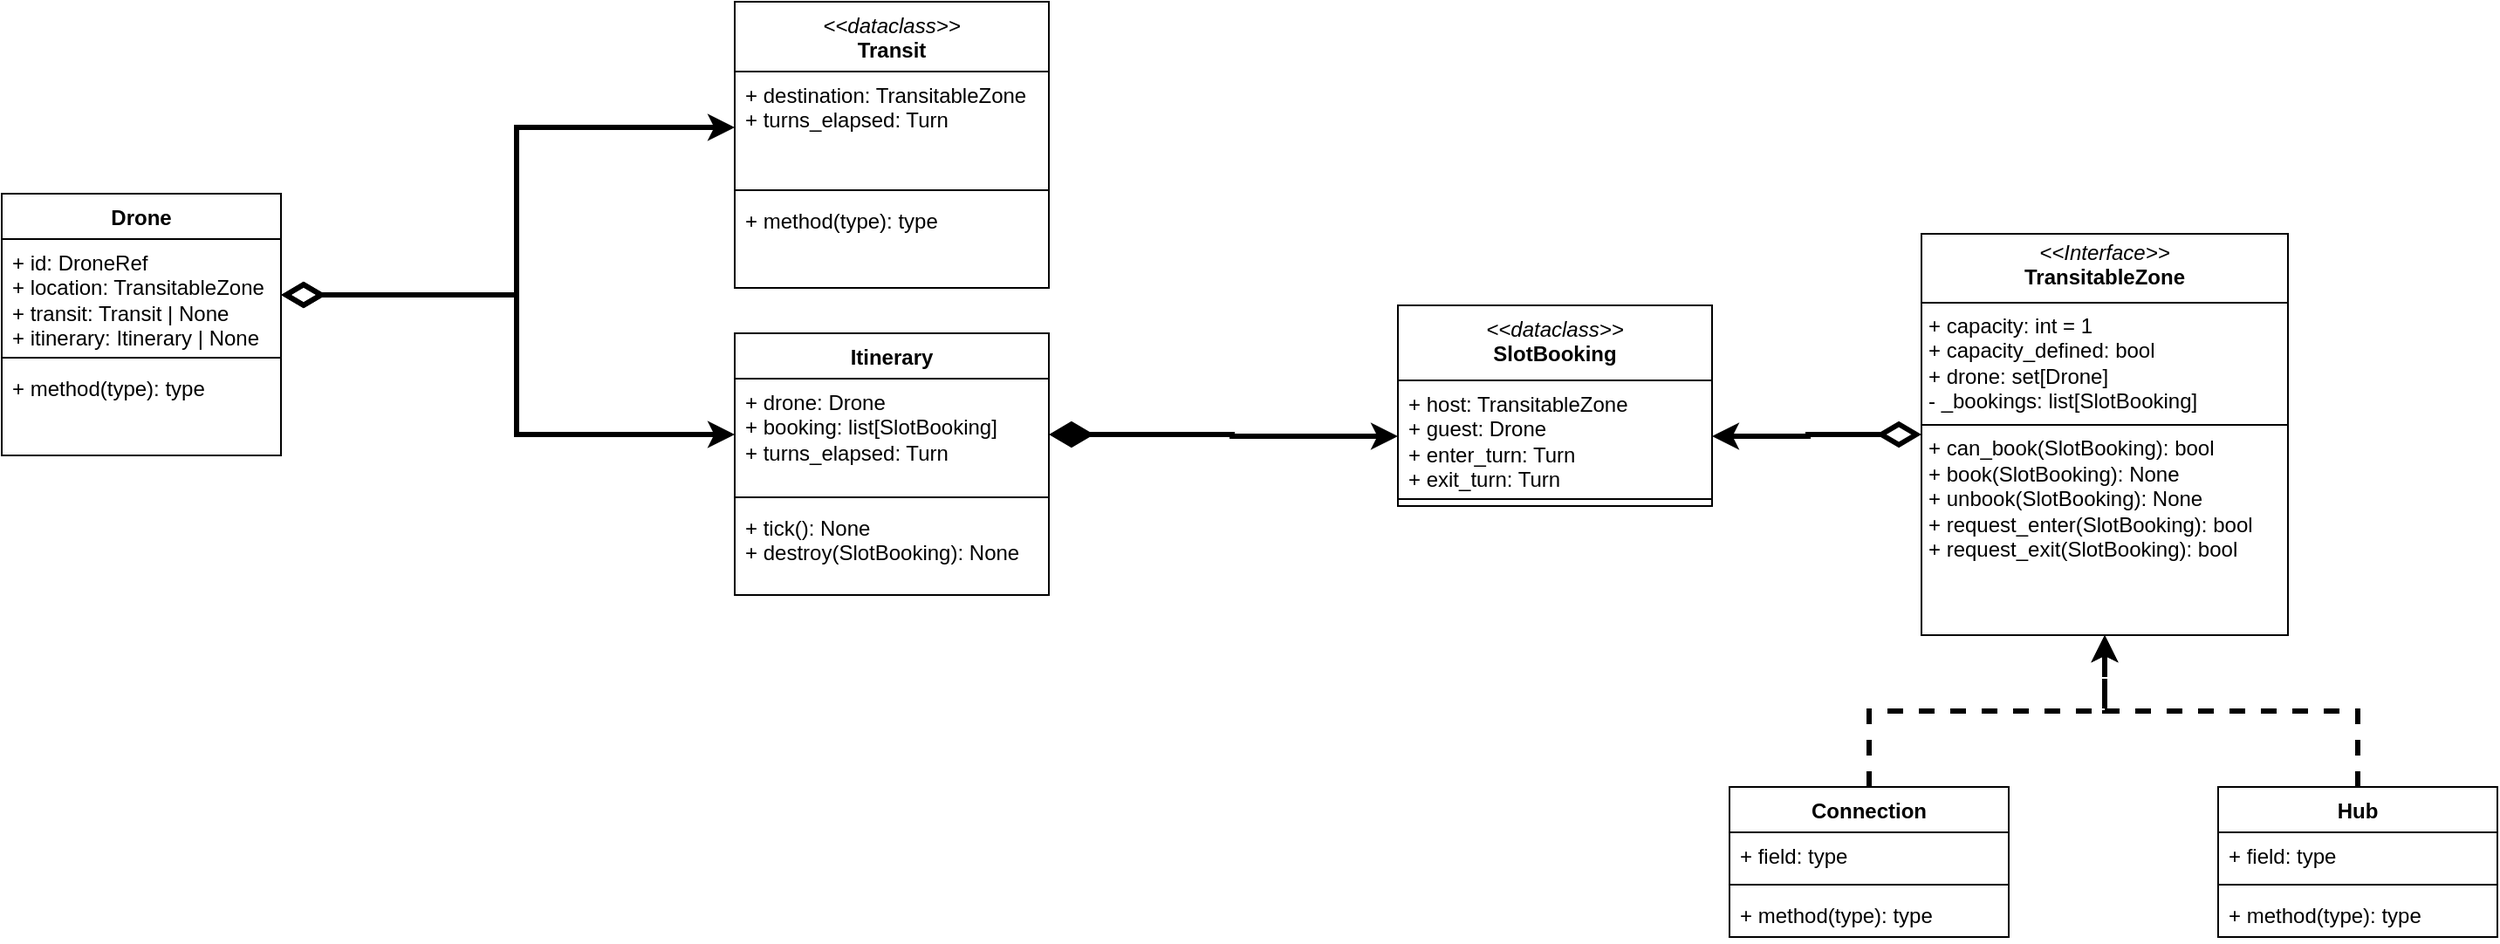
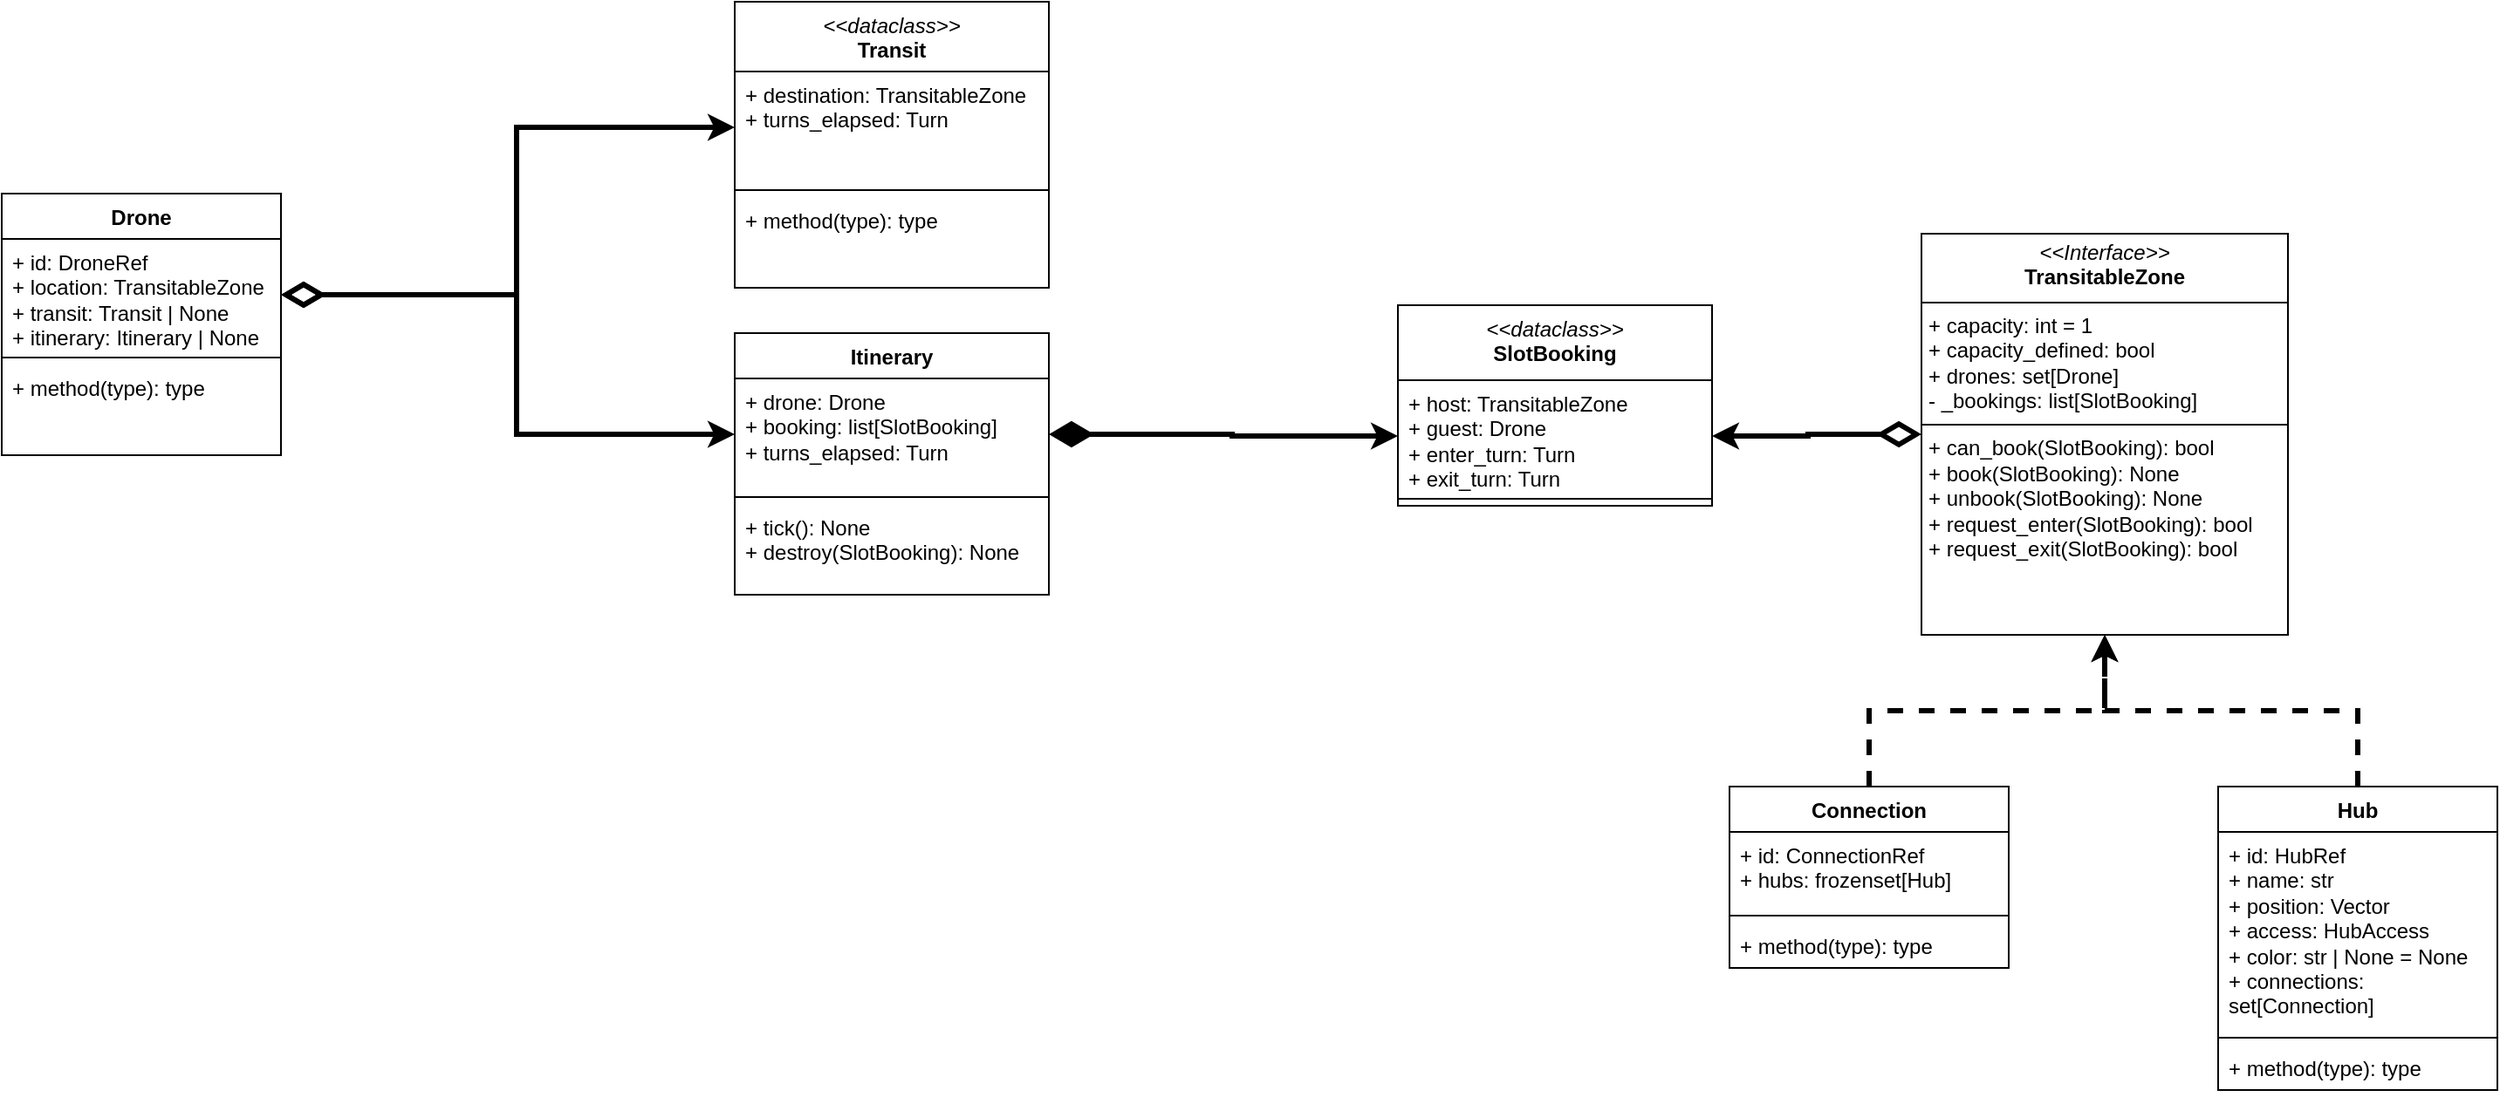
<mxfile host="app.diagrams.net">
  <diagram name="Page-1" id="z7Cr17KNlihJJ8mCPd__">
-     <mxGraphModel dx="1627" dy="1640" grid="1" gridSize="10" guides="1" tooltips="1" connect="1" arrows="1" fold="1" page="1" pageScale="1" pageWidth="827" pageHeight="1169" math="0" shadow="0">
+     <mxGraphModel dx="2303" dy="2001" grid="1" gridSize="10" guides="1" tooltips="1" connect="1" arrows="1" fold="1" page="1" pageScale="1" pageWidth="827" pageHeight="1169" math="0" shadow="0">
      <root>
        <mxCell id="0" />
        <mxCell id="1" parent="0" />
        <mxCell id="hAnFd--Q5GdoZmSF0d52-67" parent="1" style="swimlane;fontStyle=1;align=center;verticalAlign=top;childLayout=stackLayout;horizontal=1;startSize=26;horizontalStack=0;resizeParent=1;resizeParentMax=0;resizeLast=0;collapsible=1;marginBottom=0;whiteSpace=wrap;html=1;" value="Drone" vertex="1">
          <mxGeometry height="150" width="160" x="-640" y="-180" as="geometry" />
        </mxCell>
        <mxCell id="hAnFd--Q5GdoZmSF0d52-68" parent="hAnFd--Q5GdoZmSF0d52-67" style="text;strokeColor=none;fillColor=none;align=left;verticalAlign=top;spacingLeft=4;spacingRight=4;overflow=hidden;rotatable=0;points=[[0,0.5],[1,0.5]];portConstraint=eastwest;whiteSpace=wrap;html=1;" value="+ id: DroneRef&lt;div&gt;+ location: TransitableZone&lt;/div&gt;&lt;div&gt;+ transit: Transit | None&lt;/div&gt;&lt;div&gt;+ itinerary: Itinerary | None&amp;nbsp;&lt;br&gt;&lt;/div&gt;" vertex="1">
          <mxGeometry height="64" width="160" y="26" as="geometry" />
        </mxCell>
        <mxCell id="hAnFd--Q5GdoZmSF0d52-69" parent="hAnFd--Q5GdoZmSF0d52-67" style="line;strokeWidth=1;fillColor=none;align=left;verticalAlign=middle;spacingTop=-1;spacingLeft=3;spacingRight=3;rotatable=0;labelPosition=right;points=[];portConstraint=eastwest;strokeColor=inherit;" value="" vertex="1">
          <mxGeometry height="8" width="160" y="90" as="geometry" />
        </mxCell>
        <mxCell id="hAnFd--Q5GdoZmSF0d52-70" parent="hAnFd--Q5GdoZmSF0d52-67" style="text;strokeColor=none;fillColor=none;align=left;verticalAlign=top;spacingLeft=4;spacingRight=4;overflow=hidden;rotatable=0;points=[[0,0.5],[1,0.5]];portConstraint=eastwest;whiteSpace=wrap;html=1;" value="+ method(type): type" vertex="1">
          <mxGeometry height="52" width="160" y="98" as="geometry" />
        </mxCell>
        <mxCell id="hAnFd--Q5GdoZmSF0d52-71" parent="1" style="swimlane;fontStyle=1;align=center;verticalAlign=top;childLayout=stackLayout;horizontal=1;startSize=26;horizontalStack=0;resizeParent=1;resizeParentMax=0;resizeLast=0;collapsible=1;marginBottom=0;whiteSpace=wrap;html=1;" value="Connection" vertex="1">
-           <mxGeometry height="86" width="160" x="350" y="160" as="geometry" />
+           <mxGeometry height="104" width="160" x="350" y="160" as="geometry" />
        </mxCell>
-         <mxCell id="hAnFd--Q5GdoZmSF0d52-72" parent="hAnFd--Q5GdoZmSF0d52-71" style="text;strokeColor=none;fillColor=none;align=left;verticalAlign=top;spacingLeft=4;spacingRight=4;overflow=hidden;rotatable=0;points=[[0,0.5],[1,0.5]];portConstraint=eastwest;whiteSpace=wrap;html=1;" value="+ field: type" vertex="1">
-           <mxGeometry height="26" width="160" y="26" as="geometry" />
+         <mxCell id="hAnFd--Q5GdoZmSF0d52-72" parent="hAnFd--Q5GdoZmSF0d52-71" style="text;strokeColor=none;fillColor=none;align=left;verticalAlign=top;spacingLeft=4;spacingRight=4;overflow=hidden;rotatable=0;points=[[0,0.5],[1,0.5]];portConstraint=eastwest;whiteSpace=wrap;html=1;" value="+&amp;nbsp;&lt;span style=&quot;background-color: transparent;&quot;&gt;id: ConnectionRef&lt;/span&gt;&lt;div&gt;&lt;span style=&quot;background-color: transparent; color: light-dark(rgb(0, 0, 0), rgb(255, 255, 255));&quot;&gt;+ hubs: frozenset[Hub]&lt;/span&gt;&lt;/div&gt;" vertex="1">
+           <mxGeometry height="44" width="160" y="26" as="geometry" />
        </mxCell>
        <mxCell id="hAnFd--Q5GdoZmSF0d52-73" parent="hAnFd--Q5GdoZmSF0d52-71" style="line;strokeWidth=1;fillColor=none;align=left;verticalAlign=middle;spacingTop=-1;spacingLeft=3;spacingRight=3;rotatable=0;labelPosition=right;points=[];portConstraint=eastwest;strokeColor=inherit;" value="" vertex="1">
-           <mxGeometry height="8" width="160" y="52" as="geometry" />
+           <mxGeometry height="8" width="160" y="70" as="geometry" />
        </mxCell>
        <mxCell id="hAnFd--Q5GdoZmSF0d52-74" parent="hAnFd--Q5GdoZmSF0d52-71" style="text;strokeColor=none;fillColor=none;align=left;verticalAlign=top;spacingLeft=4;spacingRight=4;overflow=hidden;rotatable=0;points=[[0,0.5],[1,0.5]];portConstraint=eastwest;whiteSpace=wrap;html=1;" value="+ method(type): type" vertex="1">
-           <mxGeometry height="26" width="160" y="60" as="geometry" />
+           <mxGeometry height="26" width="160" y="78" as="geometry" />
        </mxCell>
        <mxCell id="hAnFd--Q5GdoZmSF0d52-75" parent="1" style="swimlane;fontStyle=1;align=center;verticalAlign=top;childLayout=stackLayout;horizontal=1;startSize=26;horizontalStack=0;resizeParent=1;resizeParentMax=0;resizeLast=0;collapsible=1;marginBottom=0;whiteSpace=wrap;html=1;" value="Hub" vertex="1">
-           <mxGeometry height="86" width="160" x="630" y="160" as="geometry" />
+           <mxGeometry height="174" width="160" x="630" y="160" as="geometry" />
        </mxCell>
-         <mxCell id="hAnFd--Q5GdoZmSF0d52-76" parent="hAnFd--Q5GdoZmSF0d52-75" style="text;strokeColor=none;fillColor=none;align=left;verticalAlign=top;spacingLeft=4;spacingRight=4;overflow=hidden;rotatable=0;points=[[0,0.5],[1,0.5]];portConstraint=eastwest;whiteSpace=wrap;html=1;" value="+ field: type" vertex="1">
-           <mxGeometry height="26" width="160" y="26" as="geometry" />
+         <mxCell id="hAnFd--Q5GdoZmSF0d52-76" parent="hAnFd--Q5GdoZmSF0d52-75" style="text;strokeColor=none;fillColor=none;align=left;verticalAlign=top;spacingLeft=4;spacingRight=4;overflow=hidden;rotatable=0;points=[[0,0.5],[1,0.5]];portConstraint=eastwest;whiteSpace=wrap;html=1;" value="+&amp;nbsp;&lt;span style=&quot;background-color: transparent;&quot;&gt;id: HubRef&lt;/span&gt;&lt;div&gt;+ name: str&lt;/div&gt;&lt;div&gt;+ position: Vector&lt;/div&gt;&lt;div&gt;+ access: HubAccess&lt;/div&gt;&lt;div&gt;+ color: str | None = None&lt;/div&gt;&lt;div&gt;+ connections: set[Connection]&lt;/div&gt;" vertex="1">
+           <mxGeometry height="114" width="160" y="26" as="geometry" />
        </mxCell>
        <mxCell id="hAnFd--Q5GdoZmSF0d52-77" parent="hAnFd--Q5GdoZmSF0d52-75" style="line;strokeWidth=1;fillColor=none;align=left;verticalAlign=middle;spacingTop=-1;spacingLeft=3;spacingRight=3;rotatable=0;labelPosition=right;points=[];portConstraint=eastwest;strokeColor=inherit;" value="" vertex="1">
-           <mxGeometry height="8" width="160" y="52" as="geometry" />
+           <mxGeometry height="8" width="160" y="140" as="geometry" />
        </mxCell>
        <mxCell id="hAnFd--Q5GdoZmSF0d52-78" parent="hAnFd--Q5GdoZmSF0d52-75" style="text;strokeColor=none;fillColor=none;align=left;verticalAlign=top;spacingLeft=4;spacingRight=4;overflow=hidden;rotatable=0;points=[[0,0.5],[1,0.5]];portConstraint=eastwest;whiteSpace=wrap;html=1;" value="+ method(type): type" vertex="1">
-           <mxGeometry height="26" width="160" y="60" as="geometry" />
+           <mxGeometry height="26" width="160" y="148" as="geometry" />
        </mxCell>
        <mxCell id="hAnFd--Q5GdoZmSF0d52-79" parent="1" style="swimlane;fontStyle=1;align=center;verticalAlign=top;childLayout=stackLayout;horizontal=1;startSize=40;horizontalStack=0;resizeParent=1;resizeParentMax=0;resizeLast=0;collapsible=1;marginBottom=0;whiteSpace=wrap;html=1;" value="&lt;div&gt;&lt;div&gt;&lt;i style=&quot;font-weight: 400;&quot;&gt;&amp;lt;&amp;lt;dataclass&amp;gt;&amp;gt;&lt;/i&gt;&lt;/div&gt;&lt;/div&gt;Transit" vertex="1">
          <mxGeometry height="164" width="180" x="-220" y="-290" as="geometry" />
        </mxCell>
        <mxCell id="hAnFd--Q5GdoZmSF0d52-80" parent="hAnFd--Q5GdoZmSF0d52-79" style="text;strokeColor=none;fillColor=none;align=left;verticalAlign=top;spacingLeft=4;spacingRight=4;overflow=hidden;rotatable=0;points=[[0,0.5],[1,0.5]];portConstraint=eastwest;whiteSpace=wrap;html=1;" value="+ destination: TransitableZone&lt;div&gt;+ turns_elapsed: Turn&lt;/div&gt;&lt;div&gt;&lt;br&gt;&lt;/div&gt;" vertex="1">
          <mxGeometry height="64" width="180" y="40" as="geometry" />
        </mxCell>
        <mxCell id="hAnFd--Q5GdoZmSF0d52-81" parent="hAnFd--Q5GdoZmSF0d52-79" style="line;strokeWidth=1;fillColor=none;align=left;verticalAlign=middle;spacingTop=-1;spacingLeft=3;spacingRight=3;rotatable=0;labelPosition=right;points=[];portConstraint=eastwest;strokeColor=inherit;" value="" vertex="1">
          <mxGeometry height="8" width="180" y="104" as="geometry" />
        </mxCell>
        <mxCell id="hAnFd--Q5GdoZmSF0d52-82" parent="hAnFd--Q5GdoZmSF0d52-79" style="text;strokeColor=none;fillColor=none;align=left;verticalAlign=top;spacingLeft=4;spacingRight=4;overflow=hidden;rotatable=0;points=[[0,0.5],[1,0.5]];portConstraint=eastwest;whiteSpace=wrap;html=1;" value="+ method(type): type" vertex="1">
          <mxGeometry height="52" width="180" y="112" as="geometry" />
        </mxCell>
        <mxCell id="hAnFd--Q5GdoZmSF0d52-85" parent="1" style="swimlane;fontStyle=1;align=center;verticalAlign=top;childLayout=stackLayout;horizontal=1;startSize=26;horizontalStack=0;resizeParent=1;resizeParentMax=0;resizeLast=0;collapsible=1;marginBottom=0;whiteSpace=wrap;html=1;" value="Itinerary" vertex="1">
          <mxGeometry height="150" width="180" x="-220" y="-100" as="geometry" />
        </mxCell>
        <mxCell id="hAnFd--Q5GdoZmSF0d52-86" parent="hAnFd--Q5GdoZmSF0d52-85" style="text;strokeColor=none;fillColor=none;align=left;verticalAlign=top;spacingLeft=4;spacingRight=4;overflow=hidden;rotatable=0;points=[[0,0.5],[1,0.5]];portConstraint=eastwest;whiteSpace=wrap;html=1;" value="&lt;div&gt;+ drone: Drone&lt;/div&gt;+ booking: list[SlotBooking]&lt;div&gt;+ turns_elapsed: Turn&lt;/div&gt;&lt;div&gt;&lt;br&gt;&lt;/div&gt;" vertex="1">
          <mxGeometry height="64" width="180" y="26" as="geometry" />
        </mxCell>
        <mxCell id="hAnFd--Q5GdoZmSF0d52-87" parent="hAnFd--Q5GdoZmSF0d52-85" style="line;strokeWidth=1;fillColor=none;align=left;verticalAlign=middle;spacingTop=-1;spacingLeft=3;spacingRight=3;rotatable=0;labelPosition=right;points=[];portConstraint=eastwest;strokeColor=inherit;" value="" vertex="1">
          <mxGeometry height="8" width="180" y="90" as="geometry" />
        </mxCell>
        <mxCell id="hAnFd--Q5GdoZmSF0d52-88" parent="hAnFd--Q5GdoZmSF0d52-85" style="text;strokeColor=none;fillColor=none;align=left;verticalAlign=top;spacingLeft=4;spacingRight=4;overflow=hidden;rotatable=0;points=[[0,0.5],[1,0.5]];portConstraint=eastwest;whiteSpace=wrap;html=1;" value="&lt;div&gt;+ tick(): None&lt;/div&gt;+ destroy(SlotBooking): None" vertex="1">
          <mxGeometry height="52" width="180" y="98" as="geometry" />
        </mxCell>
-         <mxCell id="hAnFd--Q5GdoZmSF0d52-91" parent="1" style="verticalAlign=top;align=left;overflow=fill;html=1;whiteSpace=wrap;" value="&lt;p style=&quot;margin:0px;margin-top:4px;text-align:center;&quot;&gt;&lt;i&gt;&amp;lt;&amp;lt;Interface&amp;gt;&amp;gt;&lt;/i&gt;&lt;br&gt;&lt;b&gt;TransitableZone&lt;/b&gt;&lt;/p&gt;&lt;hr size=&quot;1&quot; style=&quot;border-style:solid;&quot;&gt;&lt;p style=&quot;margin:0px;margin-left:4px;&quot;&gt;&lt;span style=&quot;background-color: transparent; color: light-dark(rgb(0, 0, 0), rgb(255, 255, 255));&quot;&gt;+ capacity: int = 1&lt;/span&gt;&lt;/p&gt;&lt;p style=&quot;margin:0px;margin-left:4px;&quot;&gt;+ capacity_defined: bool&lt;br&gt;+ drone: set[Drone]&lt;/p&gt;&lt;p style=&quot;margin:0px;margin-left:4px;&quot;&gt;- _bookings: list[SlotBooking]&lt;/p&gt;&lt;hr size=&quot;1&quot; style=&quot;border-style:solid;&quot;&gt;&lt;p style=&quot;margin:0px;margin-left:4px;&quot;&gt;+ can_book(SlotBooking): bool&lt;/p&gt;&lt;p style=&quot;margin:0px;margin-left:4px;&quot;&gt;+ book(SlotBooking): None&lt;/p&gt;&lt;p style=&quot;margin:0px;margin-left:4px;&quot;&gt;+ unbook(SlotBooking): None&lt;/p&gt;&lt;p style=&quot;margin:0px;margin-left:4px;&quot;&gt;+ request_enter(SlotBooking): bool&lt;br&gt;&lt;/p&gt;&lt;p style=&quot;margin:0px;margin-left:4px;&quot;&gt;+ request_exit(SlotBooking): bool&lt;/p&gt;" vertex="1">
+         <mxCell id="hAnFd--Q5GdoZmSF0d52-91" parent="1" style="verticalAlign=top;align=left;overflow=fill;html=1;whiteSpace=wrap;" value="&lt;p style=&quot;margin:0px;margin-top:4px;text-align:center;&quot;&gt;&lt;i&gt;&amp;lt;&amp;lt;Interface&amp;gt;&amp;gt;&lt;/i&gt;&lt;br&gt;&lt;b&gt;TransitableZone&lt;/b&gt;&lt;/p&gt;&lt;hr size=&quot;1&quot; style=&quot;border-style:solid;&quot;&gt;&lt;p style=&quot;margin:0px;margin-left:4px;&quot;&gt;&lt;span style=&quot;background-color: transparent; color: light-dark(rgb(0, 0, 0), rgb(255, 255, 255));&quot;&gt;+ capacity: int = 1&lt;/span&gt;&lt;/p&gt;&lt;p style=&quot;margin:0px;margin-left:4px;&quot;&gt;+ capacity_defined: bool&lt;br&gt;+ drones: set[Drone]&lt;/p&gt;&lt;p style=&quot;margin:0px;margin-left:4px;&quot;&gt;- _bookings: list[SlotBooking]&lt;/p&gt;&lt;hr size=&quot;1&quot; style=&quot;border-style:solid;&quot;&gt;&lt;p style=&quot;margin:0px;margin-left:4px;&quot;&gt;+ can_book(SlotBooking): bool&lt;/p&gt;&lt;p style=&quot;margin:0px;margin-left:4px;&quot;&gt;+ book(SlotBooking): None&lt;/p&gt;&lt;p style=&quot;margin:0px;margin-left:4px;&quot;&gt;+ unbook(SlotBooking): None&lt;/p&gt;&lt;p style=&quot;margin:0px;margin-left:4px;&quot;&gt;+ request_enter(SlotBooking): bool&lt;br&gt;&lt;/p&gt;&lt;p style=&quot;margin:0px;margin-left:4px;&quot;&gt;+ request_exit(SlotBooking): bool&lt;/p&gt;" vertex="1">
          <mxGeometry height="230" width="210" x="460" y="-157" as="geometry" />
        </mxCell>
        <mxCell id="hAnFd--Q5GdoZmSF0d52-94" edge="1" parent="1" source="hAnFd--Q5GdoZmSF0d52-68" style="edgeStyle=orthogonalEdgeStyle;rounded=0;orthogonalLoop=1;jettySize=auto;html=1;entryX=0;entryY=0.5;entryDx=0;entryDy=0;exitX=1;exitY=0.5;exitDx=0;exitDy=0;startArrow=diamondThin;startFill=0;startSize=17;strokeWidth=3;" target="hAnFd--Q5GdoZmSF0d52-80">
          <mxGeometry relative="1" as="geometry">
            <mxPoint x="-460" y="-130" as="sourcePoint" />
            <mxPoint x="-200" y="-50" as="targetPoint" />
          </mxGeometry>
        </mxCell>
        <mxCell id="hAnFd--Q5GdoZmSF0d52-96" edge="1" parent="1" source="hAnFd--Q5GdoZmSF0d52-68" style="edgeStyle=orthogonalEdgeStyle;rounded=0;orthogonalLoop=1;jettySize=auto;html=1;entryX=0;entryY=0.5;entryDx=0;entryDy=0;startArrow=diamondThin;startFill=0;startSize=17;strokeWidth=3;exitX=1;exitY=0.5;exitDx=0;exitDy=0;" target="hAnFd--Q5GdoZmSF0d52-86">
          <mxGeometry relative="1" as="geometry">
            <mxPoint x="-480" y="-120" as="sourcePoint" />
            <mxPoint x="-210" y="-212" as="targetPoint" />
          </mxGeometry>
        </mxCell>
        <mxCell id="hAnFd--Q5GdoZmSF0d52-97" edge="1" parent="1" source="hAnFd--Q5GdoZmSF0d52-71" style="edgeStyle=orthogonalEdgeStyle;rounded=0;orthogonalLoop=1;jettySize=auto;html=1;entryX=0.5;entryY=1;entryDx=0;entryDy=0;startArrow=none;startFill=0;startSize=17;strokeWidth=3;exitX=0.5;exitY=0;exitDx=0;exitDy=0;curved=0;dashed=1;" target="hAnFd--Q5GdoZmSF0d52-91">
          <mxGeometry relative="1" as="geometry">
            <mxPoint x="560" y="350" as="sourcePoint" />
            <mxPoint x="820" y="430" as="targetPoint" />
          </mxGeometry>
        </mxCell>
        <mxCell id="hAnFd--Q5GdoZmSF0d52-98" edge="1" parent="1" source="hAnFd--Q5GdoZmSF0d52-75" style="edgeStyle=orthogonalEdgeStyle;rounded=0;orthogonalLoop=1;jettySize=auto;html=1;entryX=0.5;entryY=1;entryDx=0;entryDy=0;startArrow=none;startFill=0;startSize=17;strokeWidth=3;exitX=0.5;exitY=0;exitDx=0;exitDy=0;curved=0;dashed=1;" target="hAnFd--Q5GdoZmSF0d52-91">
          <mxGeometry relative="1" as="geometry">
            <mxPoint x="440" y="170" as="sourcePoint" />
            <mxPoint x="565" y="100" as="targetPoint" />
          </mxGeometry>
        </mxCell>
        <mxCell id="hAnFd--Q5GdoZmSF0d52-99" parent="1" style="swimlane;fontStyle=1;align=center;verticalAlign=top;childLayout=stackLayout;horizontal=1;startSize=43;horizontalStack=0;resizeParent=1;resizeParentMax=0;resizeLast=0;collapsible=1;marginBottom=0;whiteSpace=wrap;html=1;" value="&lt;div&gt;&lt;i style=&quot;font-weight: 400;&quot;&gt;&amp;lt;&amp;lt;dataclass&amp;gt;&amp;gt;&lt;/i&gt;&lt;/div&gt;SlotBooking" vertex="1">
          <mxGeometry height="115" width="180" x="160" y="-116" as="geometry" />
        </mxCell>
        <mxCell id="hAnFd--Q5GdoZmSF0d52-100" parent="hAnFd--Q5GdoZmSF0d52-99" style="text;strokeColor=none;fillColor=none;align=left;verticalAlign=top;spacingLeft=4;spacingRight=4;overflow=hidden;rotatable=0;points=[[0,0.5],[1,0.5]];portConstraint=eastwest;whiteSpace=wrap;html=1;" value="&lt;div&gt;+ host: TransitableZone&lt;/div&gt;&lt;div&gt;+ guest: Drone&lt;/div&gt;&lt;div&gt;&lt;span style=&quot;background-color: transparent; color: light-dark(rgb(0, 0, 0), rgb(255, 255, 255));&quot;&gt;+ enter_turn: Turn&lt;/span&gt;&lt;/div&gt;&lt;div&gt;+ exit_turn: Turn&lt;br&gt;&lt;div&gt;&lt;br&gt;&lt;/div&gt;&lt;/div&gt;" vertex="1">
          <mxGeometry height="64" width="180" y="43" as="geometry" />
        </mxCell>
        <mxCell id="hAnFd--Q5GdoZmSF0d52-101" parent="hAnFd--Q5GdoZmSF0d52-99" style="line;strokeWidth=1;fillColor=none;align=left;verticalAlign=middle;spacingTop=-1;spacingLeft=3;spacingRight=3;rotatable=0;labelPosition=right;points=[];portConstraint=eastwest;strokeColor=inherit;" value="" vertex="1">
          <mxGeometry height="8" width="180" y="107" as="geometry" />
        </mxCell>
        <mxCell id="hAnFd--Q5GdoZmSF0d52-103" edge="1" parent="1" source="hAnFd--Q5GdoZmSF0d52-86" style="edgeStyle=orthogonalEdgeStyle;rounded=0;orthogonalLoop=1;jettySize=auto;html=1;entryX=0;entryY=0.5;entryDx=0;entryDy=0;startArrow=diamondThin;startFill=1;startSize=17;strokeWidth=3;exitX=1;exitY=0.5;exitDx=0;exitDy=0;" target="hAnFd--Q5GdoZmSF0d52-100">
          <mxGeometry relative="1" as="geometry">
            <mxPoint x="60" y="-200" as="sourcePoint" />
            <mxPoint x="120" y="230" as="targetPoint" />
          </mxGeometry>
        </mxCell>
        <mxCell id="hAnFd--Q5GdoZmSF0d52-105" edge="1" parent="1" source="hAnFd--Q5GdoZmSF0d52-91" style="edgeStyle=orthogonalEdgeStyle;rounded=0;orthogonalLoop=1;jettySize=auto;html=1;entryX=1;entryY=0.5;entryDx=0;entryDy=0;startArrow=diamondThin;startFill=0;startSize=17;strokeWidth=3;exitX=0;exitY=0.5;exitDx=0;exitDy=0;" target="hAnFd--Q5GdoZmSF0d52-100">
          <mxGeometry relative="1" as="geometry">
            <mxPoint x="70" y="130" as="sourcePoint" />
            <mxPoint x="270" y="130" as="targetPoint" />
          </mxGeometry>
        </mxCell>
      </root>
    </mxGraphModel>
  </diagram>
</mxfile>
